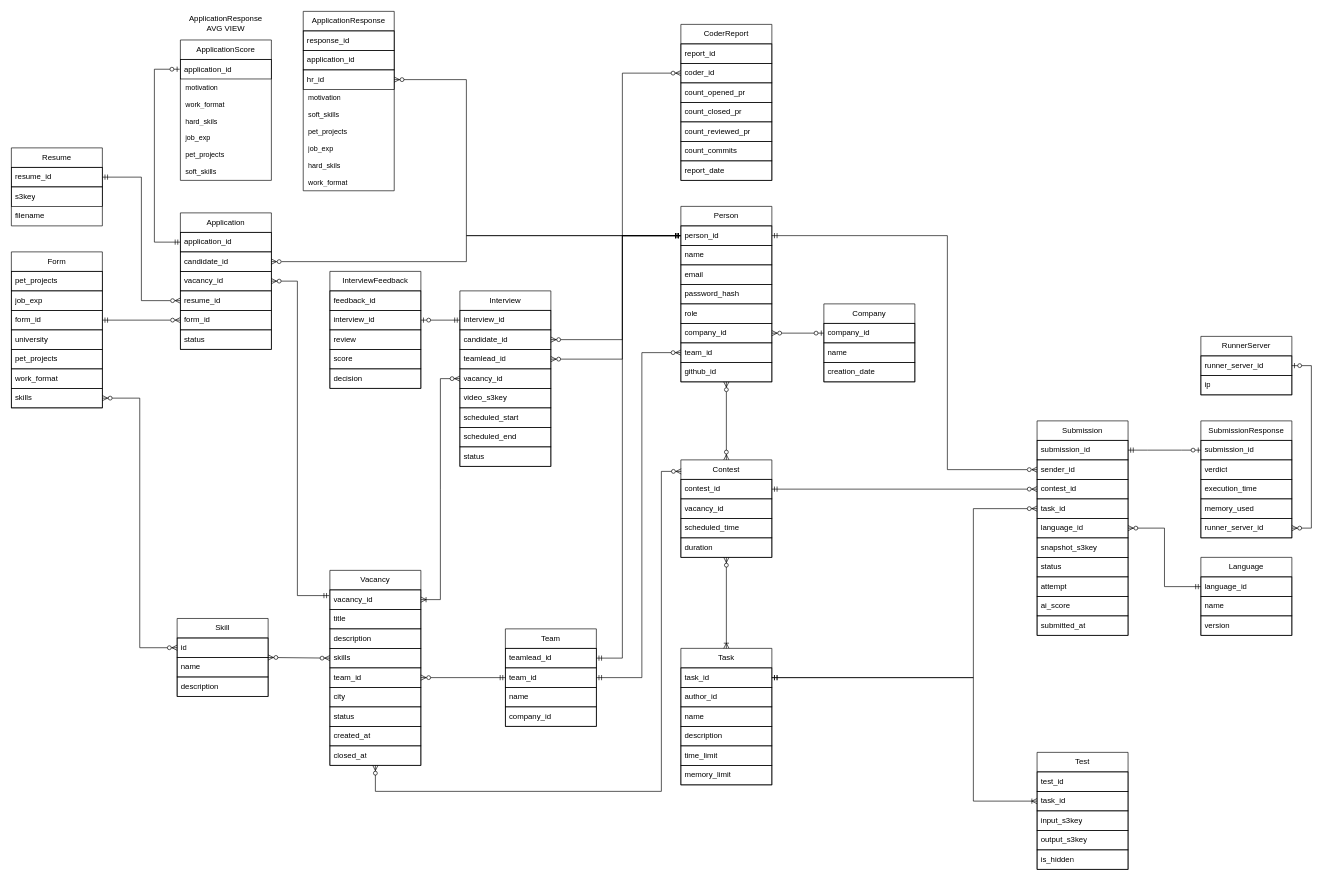
This is db/schema/logical.drawio.xml from safarislava/itmo-team, a draw.io file, before an edit. Source tidied: cells renumbered, new cells numbered last; positions are measured from the earlier drawing's top-left corner, leaving out a move shared by most shapes. Both pictures are drawn from the tidied source at 65%, with x=0, y=0 at pixel (11, 11).
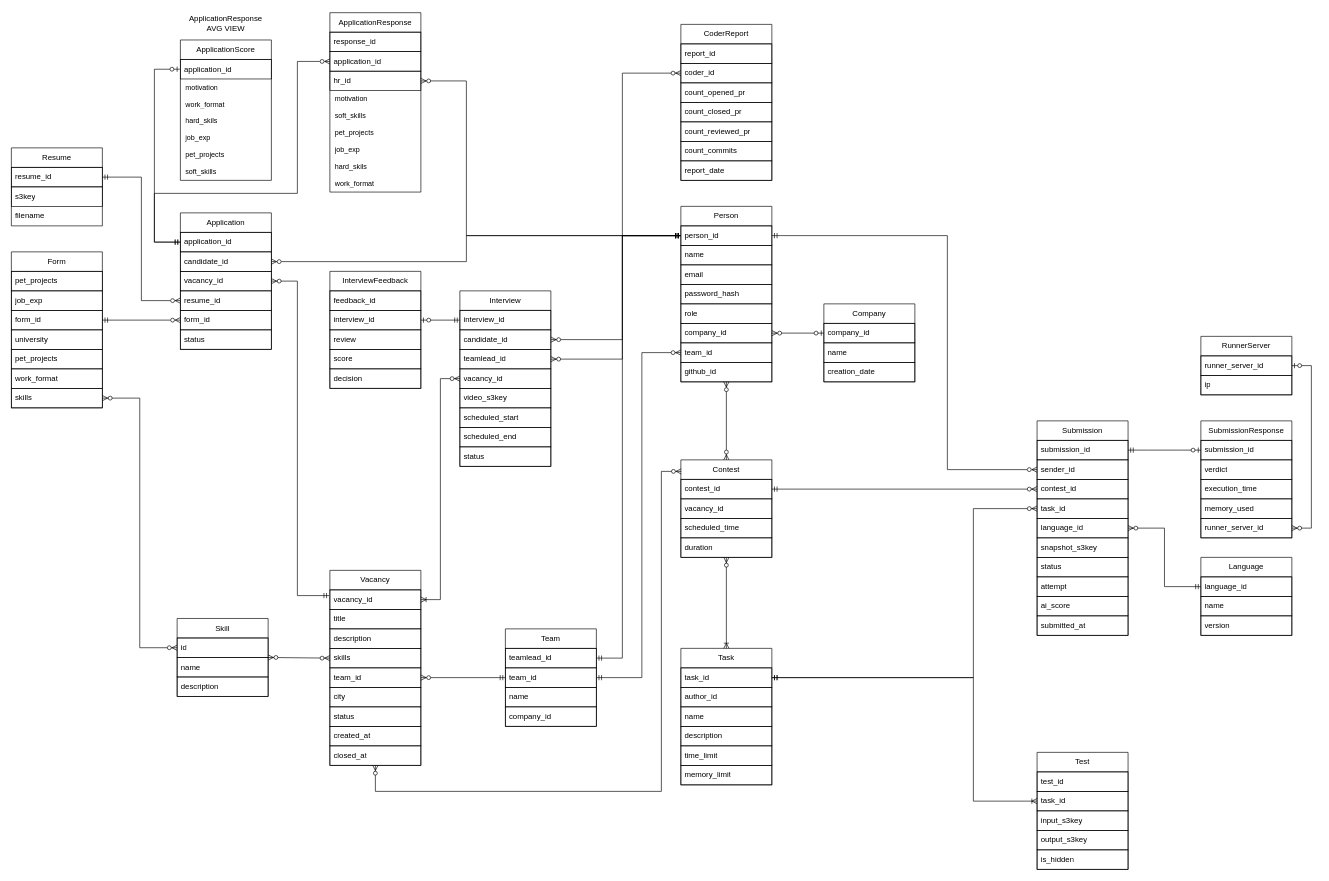
After the change.

Unchanged cells that the change refers to:
```xml
<mxCell id="3" value="person_id" style="text;strokeColor=default;fillColor=none;align=left;verticalAlign=middle;spacingLeft=4;spacingRight=4;overflow=hidden;points=[[0,0.5],[1,0.5]];portConstraint=eastwest;whiteSpace=wrap;html=1;" parent="2" vertex="1">
  <mxGeometry y="30" width="140" height="30" as="geometry" />
</mxCell>
<mxCell id="12" value="application_id" style="text;strokeColor=default;fillColor=none;align=left;verticalAlign=middle;spacingLeft=4;spacingRight=4;overflow=hidden;points=[[0,0.5],[1,0.5]];portConstraint=eastwest;whiteSpace=wrap;html=1;" parent="11" vertex="1">
  <mxGeometry y="30" width="140" height="30" as="geometry" />
</mxCell>
<mxCell id="84" value="application_id" style="text;strokeColor=default;fillColor=none;align=left;verticalAlign=middle;spacingLeft=4;spacingRight=4;overflow=hidden;points=[[0,0.5],[1,0.5]];portConstraint=eastwest;whiteSpace=wrap;html=1;" parent="82" vertex="1">
  <mxGeometry y="60" width="140" height="30" as="geometry" />
</mxCell>
<mxCell id="85" value="hr_id" style="text;strokeColor=default;fillColor=none;align=left;verticalAlign=middle;spacingLeft=4;spacingRight=4;overflow=hidden;points=[[0,0.5],[1,0.5]];portConstraint=eastwest;whiteSpace=wrap;html=1;" parent="82" vertex="1">
  <mxGeometry y="90" width="140" height="30" as="geometry" />
</mxCell>
```

The edit, as a diff of the source:
```diff
@@
     <mxCell id="82" value="ApplicationResponse" style="swimlane;fontStyle=0;horizontal=1;startSize=30;whiteSpace=wrap;html=1;swimlaneFillColor=none;perimeterSpacing=0;swimlaneLine=1;multiple=0;shadow=0;glass=0;rounded=0;" parent="1" vertex="1">
-      <mxGeometry x="449" width="140" height="276" as="geometry" />
+      <mxGeometry x="490" y="2" width="140" height="276" as="geometry" />
     </mxCell>
@@
     <mxCell id="134" style="edgeStyle=orthogonalEdgeStyle;fontSize=12;html=1;endArrow=ERzeroToMany;startArrow=ERmandOne;rounded=0;entryX=1;entryY=0.5;entryDx=0;entryDy=0;exitX=0;exitY=0.5;exitDx=0;exitDy=0;" parent="1" edge="1" source="3" target="85">
-      <mxGeometry relative="1" as="geometry">
+      <mxGeometry x="0.01" relative="1" as="geometry">
         <Array as="points">
           <mxPoint x="700" y="345" />
-          <mxPoint x="700" y="105" />
+          <mxPoint x="700" y="107" />
         </Array>
       </mxGeometry>
     </mxCell>
@@
+    <mxCell id="164" style="edgeStyle=orthogonalEdgeStyle;fontSize=12;html=1;endArrow=ERzeroToMany;startArrow=ERmandOne;rounded=0;exitX=0;exitY=0.5;exitDx=0;exitDy=0;entryX=0;entryY=0.5;entryDx=0;entryDy=0;endFill=0;" parent="1" edge="1" source="12" target="84">
+      <mxGeometry x="0.47" relative="1" as="geometry">
+        <Array as="points">
+          <mxPoint x="220" y="355" />
+          <mxPoint x="220" y="280" />
+          <mxPoint x="440" y="280" />
+          <mxPoint x="440" y="77" />
+        </Array>
+      </mxGeometry>
+    </mxCell>
```
